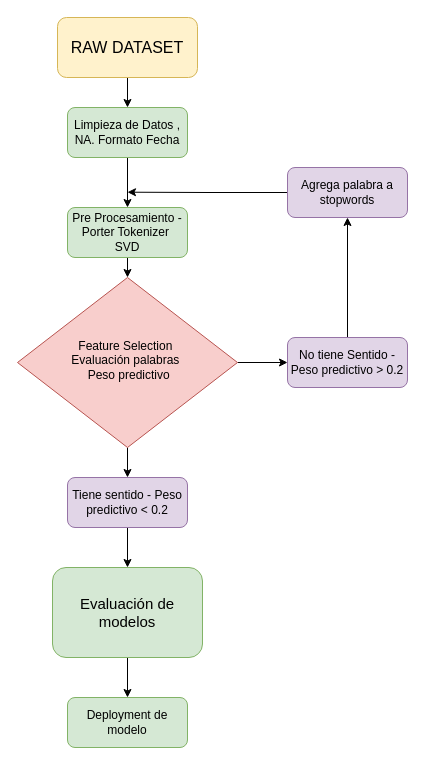
Above: data/fakenews_diagram.drawio in germanscillato/DS_DIGITALHOUSE-TP-INTEGRADOR (draw.io), before the change. Source tidied: cells renumbered, new cells numbered last; positions are measured from the earlier drawing's top-left corner, leaving out a move shared by most shapes. Both pictures are drawn from the tidied source at 100%, with x=0, y=0 at pixel (17, 17).
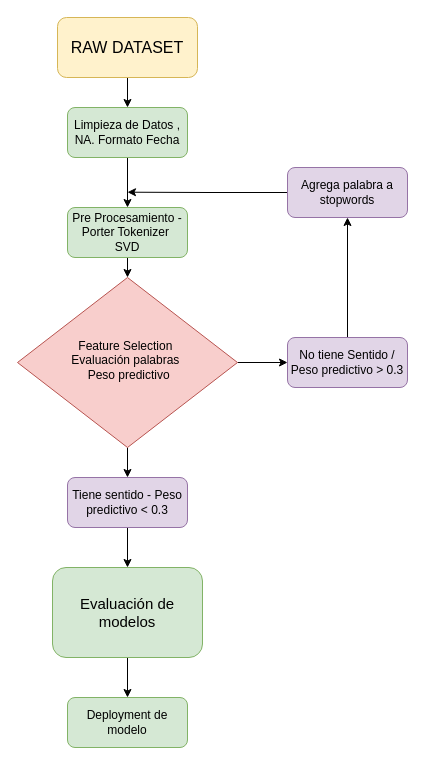
After the change.

Diff of the diagram source:
```diff
@@
-    <mxCell id="12" value="No tiene Sentido - Peso predictivo &amp;gt; 0.2" style="rounded=1;whiteSpace=wrap;html=1;fontSize=12;glass=0;strokeWidth=1;shadow=0;fillColor=#e1d5e7;strokeColor=#9673a6;" parent="1" vertex="1">
+    <mxCell id="12" value="No tiene Sentido / Peso predictivo &amp;gt; 0.3" style="rounded=1;whiteSpace=wrap;html=1;fontSize=12;glass=0;strokeWidth=1;shadow=0;fillColor=#e1d5e7;strokeColor=#9673a6;" parent="1" vertex="1">
       <mxGeometry x="270" y="320" width="120" height="50" as="geometry" />
     </mxCell>
@@
-    <mxCell id="14" value="Tiene sentido - Peso predictivo &amp;lt; 0.2" style="rounded=1;whiteSpace=wrap;html=1;fontSize=12;glass=0;strokeWidth=1;shadow=0;fillColor=#e1d5e7;strokeColor=#9673a6;" parent="1" vertex="1">
+    <mxCell id="14" value="Tiene sentido - Peso predictivo &amp;lt; 0.3" style="rounded=1;whiteSpace=wrap;html=1;fontSize=12;glass=0;strokeWidth=1;shadow=0;fillColor=#e1d5e7;strokeColor=#9673a6;" parent="1" vertex="1">
       <mxGeometry x="50" y="460" width="120" height="50" as="geometry" />
     </mxCell>
```
